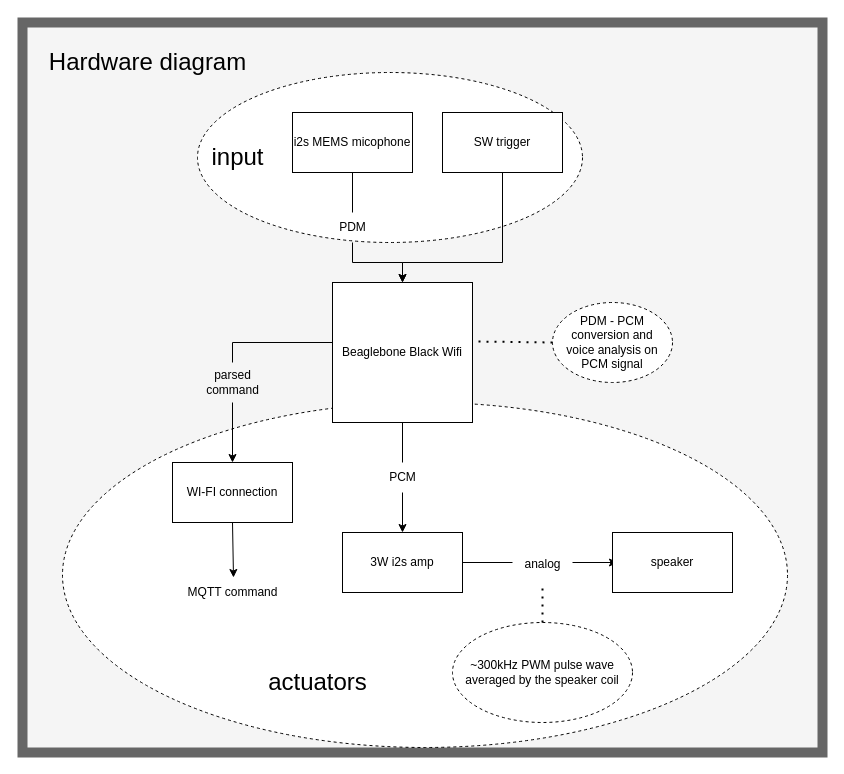
Earlier version of the draw.io diagram hardware_diagram.drawio (IoT-project-groups-1-2/g2-voice-controller). Source tidied: cells renumbered, new cells numbered last; positions are measured from the earlier drawing's top-left corner, leaving out a move shared by most shapes. Both pictures are drawn from the tidied source at 100%, with x=0, y=0 at pixel (22, 22).
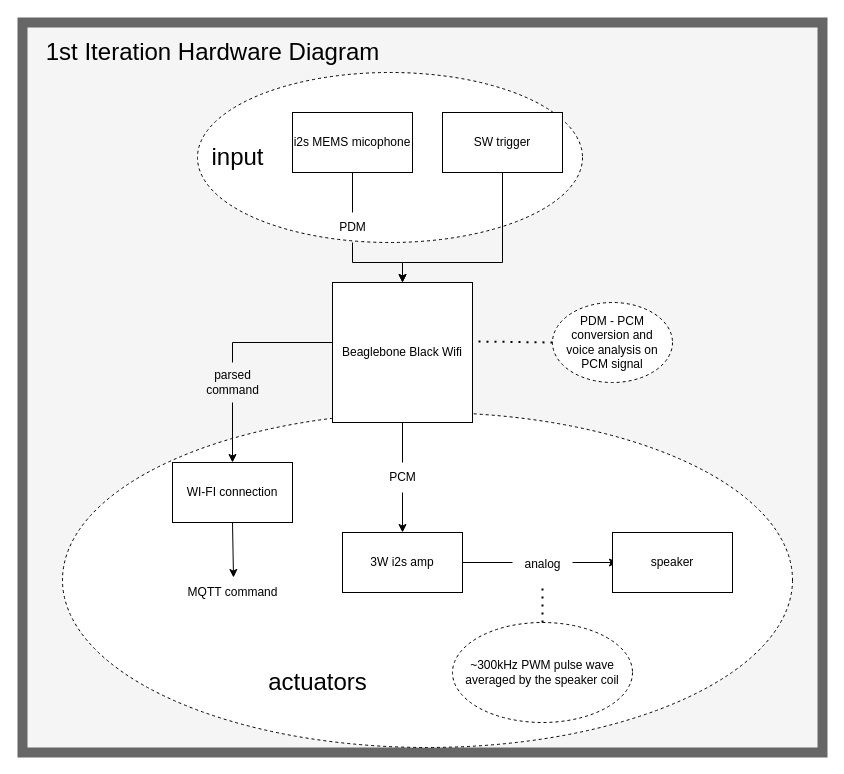
The same diagram, later.

Commit message:
this is rev 1 of hw design

What changed in the source:
```diff
@@
     <mxCell id="3" style="ellipse;whiteSpace=wrap;html=1;dashed=1;fontSize=16;" parent="1" vertex="1">
-      <mxGeometry x="40" y="380" width="725" height="345" as="geometry" />
+      <mxGeometry x="40" y="390" width="730" height="335" as="geometry" />
     </mxCell>
@@
-    <mxCell id="14" value="Hardware diagram" style="text;html=1;align=center;verticalAlign=middle;strokeColor=none;fillColor=none;fontSize=24;" parent="1" vertex="1">
-      <mxGeometry x="15" y="20" width="220" height="40" as="geometry" />
+    <mxCell id="14" value="1st Iteration Hardware Diagram" style="text;html=1;align=center;verticalAlign=middle;strokeColor=none;fillColor=none;fontSize=24;" parent="1" vertex="1">
+      <mxGeometry x="10" y="10" width="360" height="40" as="geometry" />
     </mxCell>
```
